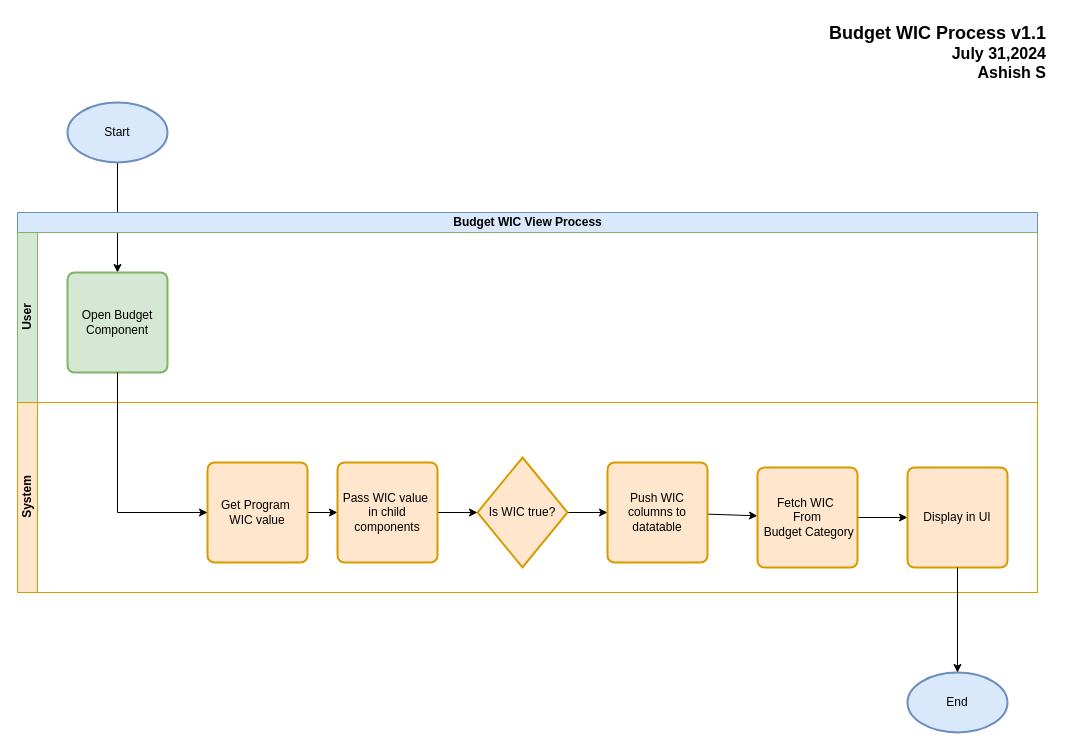
Above: page "Budget WIC View Process" (1 of 2) of Budget_WIC_Process.drawio in AshishSinghSFDC/System-Design (draw.io), before the change. Source tidied: cells renumbered, new cells numbered last; positions are measured from the earlier drawing's top-left corner, leaving out a move shared by most shapes. Both pictures are drawn from the tidied source at 100%, with x=0, y=0 at pixel (17, 17).
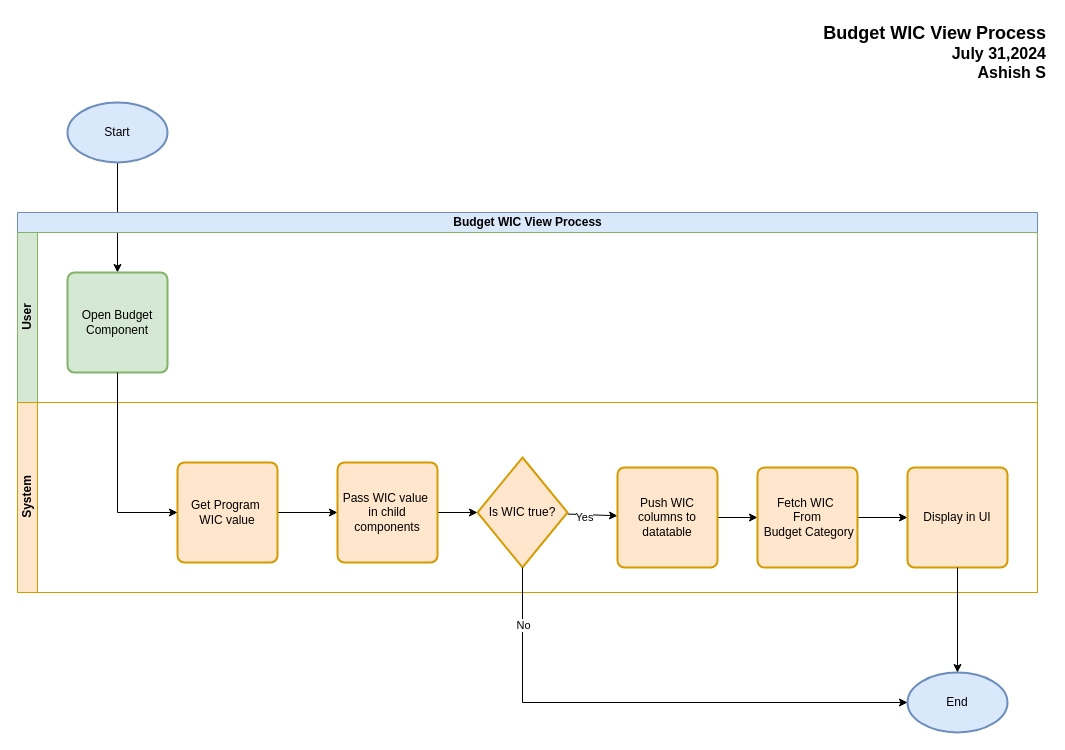
The same page after the edit.

Unchanged cells that the change refers to:
```xml
<mxCell id="5" value="End" style="strokeWidth=2;html=1;shape=mxgraph.flowchart.start_1;whiteSpace=wrap;fillColor=#dae8fc;strokeColor=#6c8ebf;" parent="1" vertex="1">
  <mxGeometry x="890" y="655" width="100" height="60" as="geometry" />
</mxCell>
<mxCell id="9" value="System" style="swimlane;startSize=20;horizontal=0;html=1;fillColor=#ffe6cc;strokeColor=#d79b00;" parent="6" vertex="1">
  <mxGeometry y="190" width="1020" height="190" as="geometry" />
</mxCell>
<mxCell id="12" style="edgeStyle=none;rounded=0;jettySize=auto;html=1;" parent="9" edge="1" source="13" target="15">
  <mxGeometry relative="1" as="geometry" />
</mxCell>
<mxCell id="13" value="Is WIC true?" style="strokeWidth=2;html=1;shape=mxgraph.flowchart.decision;whiteSpace=wrap;fillColor=#ffe6cc;strokeColor=#d79b00;" parent="9" vertex="1">
  <mxGeometry x="460" y="55" width="90" height="110" as="geometry" />
</mxCell>
```

What changed in the source:
```diff
@@
-    <mxCell id="4" value="&lt;div style=&quot;&quot;&gt;&lt;span style=&quot;background-color: initial;&quot;&gt;&lt;font style=&quot;font-size: 18px;&quot;&gt;&lt;b&gt;Budget WIC Process v1.1&lt;/b&gt;&lt;/font&gt;&lt;/span&gt;&lt;/div&gt;&lt;div style=&quot;&quot;&gt;&lt;font size=&quot;3&quot;&gt;&lt;b&gt;July 31,2024&lt;/b&gt;&lt;/font&gt;&lt;/div&gt;&lt;div style=&quot;&quot;&gt;&lt;font style=&quot;&quot; size=&quot;3&quot;&gt;&lt;b&gt;Ashish S&lt;/b&gt;&lt;/font&gt;&lt;/div&gt;" style="text;html=1;align=right;verticalAlign=middle;strokeColor=none;fillColor=none;" parent="1" vertex="1">
-      <mxGeometry x="790" width="240" height="70" as="geometry" />
+    <mxCell id="4" value="&lt;div style=&quot;&quot;&gt;&lt;span style=&quot;background-color: initial;&quot;&gt;&lt;font style=&quot;font-size: 18px;&quot;&gt;&lt;b&gt;Budget WIC View Process&lt;/b&gt;&lt;/font&gt;&lt;/span&gt;&lt;/div&gt;&lt;div style=&quot;&quot;&gt;&lt;font size=&quot;3&quot;&gt;&lt;b&gt;July 31,2024&lt;/b&gt;&lt;/font&gt;&lt;/div&gt;&lt;div style=&quot;&quot;&gt;&lt;font style=&quot;&quot; size=&quot;3&quot;&gt;&lt;b&gt;Ashish S&lt;/b&gt;&lt;/font&gt;&lt;/div&gt;" style="text;html=1;align=right;verticalAlign=middle;strokeColor=none;fillColor=none;" parent="1" vertex="1">
+      <mxGeometry x="780" width="250" height="70" as="geometry" />
     </mxCell>
@@
     <mxCell id="11" value="Get Program&amp;nbsp;&lt;div&gt;WIC value&lt;/div&gt;" style="rounded=1;whiteSpace=wrap;html=1;absoluteArcSize=1;arcSize=14;strokeWidth=2;fillColor=#ffe6cc;strokeColor=#d79b00;" parent="9" vertex="1">
-      <mxGeometry x="190" y="60" width="100" height="100" as="geometry" />
+      <mxGeometry x="160" y="60" width="100" height="100" as="geometry" />
     </mxCell>
@@
+    <mxCell id="23" value="Yes" style="edgeLabel;html=1;align=center;verticalAlign=middle;" parent="12" vertex="1">
+      <mxGeometry x="-0.31" y="-2" relative="1" as="geometry" />
+    </mxCell>
@@
     <mxCell id="15" value="Push WIC columns to datatable" style="rounded=1;whiteSpace=wrap;html=1;absoluteArcSize=1;arcSize=14;strokeWidth=2;fillColor=#ffe6cc;strokeColor=#d79b00;" parent="9" vertex="1">
-      <mxGeometry x="590" y="60" width="100" height="100" as="geometry" />
+      <mxGeometry x="600" y="65" width="100" height="100" as="geometry" />
     </mxCell>
@@
+    <mxCell id="24" style="edgeStyle=none;rounded=0;jettySize=auto;html=1;exitX=0.5;exitY=1;exitDx=0;exitDy=0;exitPerimeter=0;entryX=0;entryY=0.5;entryDx=0;entryDy=0;entryPerimeter=0;" parent="1" edge="1" source="13" target="5">
+      <mxGeometry relative="1" as="geometry">
+        <Array as="points">
+          <mxPoint x="505" y="685" />
+        </Array>
+      </mxGeometry>
+    </mxCell>
+    <mxCell id="25" value="No" style="edgeLabel;html=1;align=center;verticalAlign=middle;" parent="24" vertex="1">
+      <mxGeometry x="-0.78" relative="1" as="geometry" />
+    </mxCell>
```
